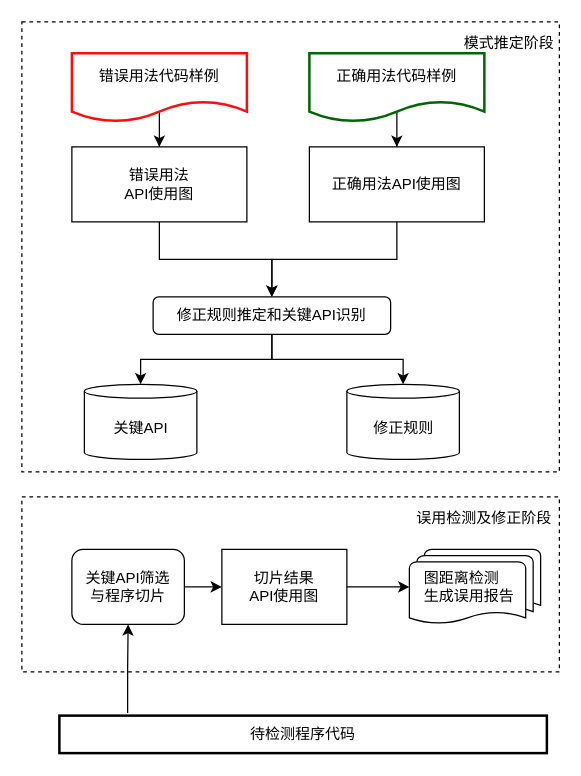
This is 整体架构24.drawio from ToJ112/pic-md, a draw.io file, before an edit. Source tidied: cells renumbered, new cells numbered last; positions are measured from the earlier drawing's top-left corner, leaving out a move shared by most shapes. Both pictures are drawn from the tidied source at 125%, with x=0, y=0 at pixel (21, 21).
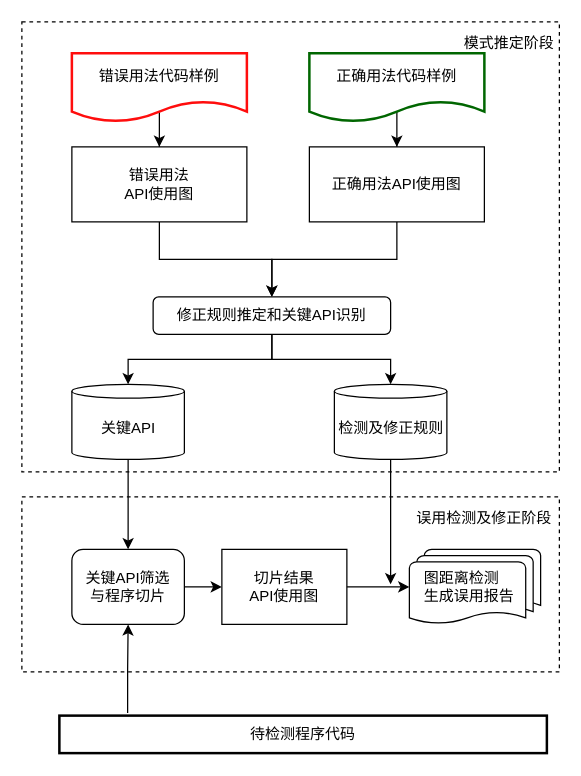
The same page after the edit.

Commit message (it also covers changes not shown here):
更新整体架构24.drawio

The change refers to these unchanged cells:
```xml
<mxCell id="17" value="关键API筛选&lt;br&gt;与程序切片" style="rounded=1;whiteSpace=wrap;html=1;" parent="1" vertex="1">
  <mxGeometry x="40" y="422" width="90" height="60" as="geometry" />
</mxCell>
<mxCell id="23" style="strokeWidth=1;html=1;shape=mxgraph.flowchart.direct_data;whiteSpace=wrap;rotation=-90;" parent="22" vertex="1">
  <mxGeometry x="15" y="-15" width="60" height="90" as="geometry" />
</mxCell>
```

The edit, as a diff of the source:
```diff
@@
-    <mxCell id="2" style="rounded=0;whiteSpace=wrap;html=1;fillColor=none;dashed=1;" parent="1" vertex="1">
-      <mxGeometry y="380" width="430" height="140" as="geometry" />
-    </mxCell>
@@
     <mxCell id="11" style="group;" parent="1" vertex="1">
-      <mxGeometry x="260" y="290" width="90" height="60" as="geometry" />
+      <mxGeometry x="250" y="290" width="100" height="60" as="geometry" />
     </mxCell>
@@
-    <mxCell id="13" value="修正规则" style="text;html=1;align=center;verticalAlign=middle;strokeColor=none;fillColor=none;" parent="11" vertex="1">
-      <mxGeometry x="10" y="20" width="70" height="30" as="geometry" />
+    <mxCell id="13" value="检测及修正规则" style="text;html=1;align=center;verticalAlign=middle;strokeColor=none;fillColor=none;" parent="11" vertex="1">
+      <mxGeometry x="-10" y="20" width="110" height="30" as="geometry" />
     </mxCell>
@@
     <mxCell id="22" style="group;" parent="1" vertex="1">
-      <mxGeometry x="50" y="290" width="90" height="60" as="geometry" />
+      <mxGeometry x="40" y="290" width="90" height="60" as="geometry" />
     </mxCell>
@@
+    <mxCell id="31" style="edgeStyle=orthogonalEdgeStyle;rounded=0;jettySize=auto;html=1;entryX=0.5;entryY=0;entryDx=0;entryDy=0;exitX=0;exitY=0.5;exitDx=0;exitDy=0;exitPerimeter=0;" parent="1" edge="1" source="23" target="17">
+      <mxGeometry relative="1" as="geometry" />
+    </mxCell>
+    <mxCell id="32" style="edgeStyle=orthogonalEdgeStyle;rounded=0;orthogonalLoop=1;jettySize=auto;html=1;" parent="1" edge="1">
+      <mxGeometry relative="1" as="geometry">
+        <mxPoint x="295" y="350" as="sourcePoint" />
+        <mxPoint x="295" y="450" as="targetPoint" />
+      </mxGeometry>
+    </mxCell>
+    <mxCell id="2" style="rounded=0;whiteSpace=wrap;html=1;fillColor=none;dashed=1;" parent="1" vertex="1">
+      <mxGeometry y="380" width="430" height="140" as="geometry" />
+    </mxCell>
```
